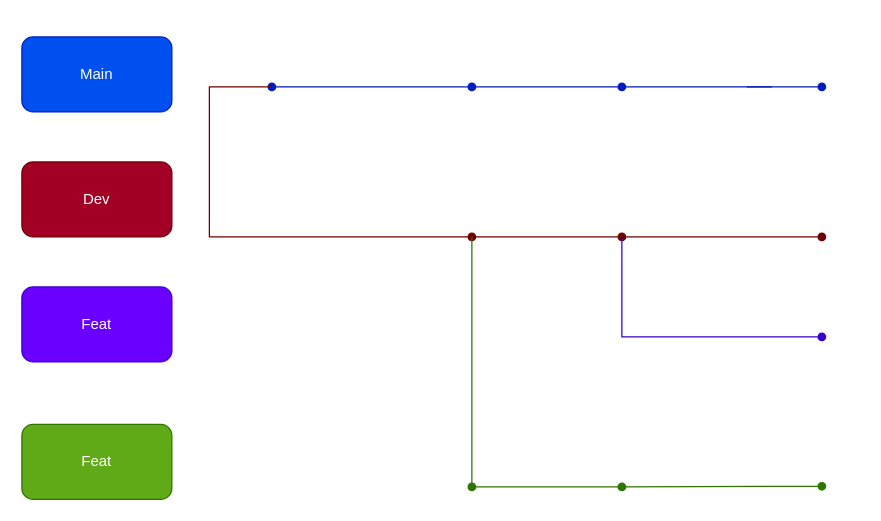
The draw.io diagram page "github workflows" (7 of 9) of Diagramme sans nom.drawio in Ali0908/BDD_UML, before the edit. Source tidied: cells renumbered, new cells numbered last; positions are measured from the earlier drawing's top-left corner, leaving out a move shared by most shapes. Both pictures are drawn from the tidied source at 125%, with x=0, y=0 at pixel (21, 36).
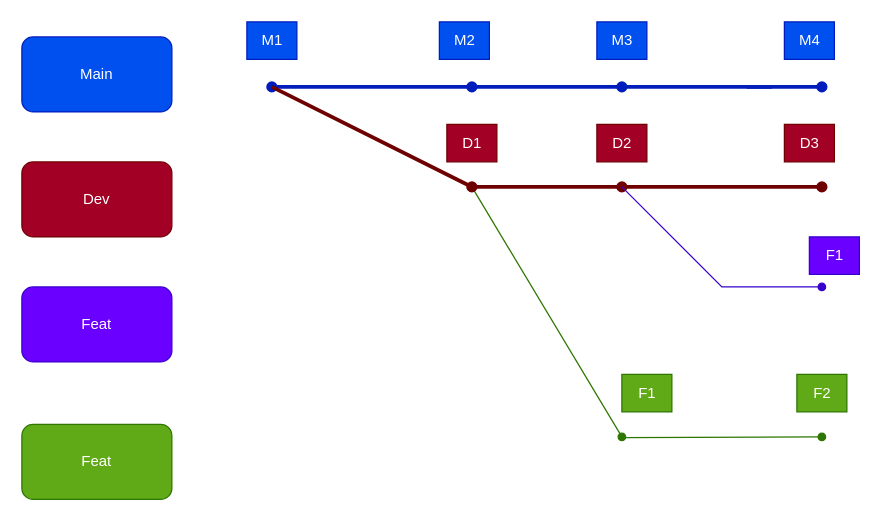
Above is the later version.

Commit message:
MAJ Workflow

What changed in the source:
```diff
@@
-    <mxCell id="6" style="endArrow=none;html=1;rounded=0;align=center;verticalAlign=top;endFill=0;labelBackgroundColor=none;endSize=6;startArrow=oval;startFill=1;fillColor=#0050ef;strokeColor=#001DBC;" parent="1" edge="1">
+    <mxCell id="6" style="endArrow=none;html=1;rounded=0;align=center;verticalAlign=top;endFill=0;labelBackgroundColor=none;endSize=6;startArrow=oval;startFill=1;fillColor=#0050ef;strokeColor=#001DBC;strokeWidth=3;" parent="1" edge="1">
       <mxGeometry relative="1" as="geometry">
         <mxPoint x="200" y="40" as="sourcePoint" />
         <mxPoint x="360" y="40" as="targetPoint" />
       </mxGeometry>
     </mxCell>
-    <mxCell id="7" style="endArrow=none;html=1;rounded=0;align=center;verticalAlign=top;endFill=0;labelBackgroundColor=none;endSize=6;startArrow=oval;startFill=1;fillColor=#0050ef;strokeColor=#001DBC;" parent="1" edge="1">
+    <mxCell id="7" style="endArrow=none;html=1;rounded=0;align=center;verticalAlign=top;endFill=0;labelBackgroundColor=none;endSize=6;startArrow=oval;startFill=1;fillColor=#0050ef;strokeColor=#001DBC;strokeWidth=3;" parent="1" edge="1">
       <mxGeometry relative="1" as="geometry">
         <mxPoint x="360" y="40" as="sourcePoint" />
         <mxPoint x="480" y="40" as="targetPoint" />
       </mxGeometry>
     </mxCell>
-    <mxCell id="8" style="endArrow=none;html=1;rounded=0;align=center;verticalAlign=top;endFill=0;labelBackgroundColor=none;endSize=6;startArrow=oval;startFill=1;fillColor=#a20025;strokeColor=#6F0000;" parent="1" edge="1">
-      <mxGeometry relative="1" as="geometry">
-        <mxPoint x="360" y="160" as="sourcePoint" />
-        <mxPoint x="200" y="40" as="targetPoint" />
-        <Array as="points">
-          <mxPoint x="150" y="160" />
-          <mxPoint x="150" y="40" />
-        </Array>
-      </mxGeometry>
-    </mxCell>
-    <mxCell id="9" style="endArrow=none;html=1;rounded=0;align=center;verticalAlign=top;endFill=0;labelBackgroundColor=none;endSize=6;startArrow=oval;startFill=1;fillColor=#a20025;strokeColor=#6F0000;" parent="1" edge="1">
+    <mxCell id="9" style="endArrow=none;html=1;rounded=0;align=center;verticalAlign=top;endFill=0;labelBackgroundColor=none;endSize=6;startArrow=oval;startFill=1;fillColor=#a20025;strokeColor=#6F0000;strokeWidth=3;" parent="1" edge="1">
       <mxGeometry relative="1" as="geometry">
-        <mxPoint x="480" y="160" as="sourcePoint" />
-        <mxPoint x="360" y="160" as="targetPoint" />
+        <mxPoint x="480" y="120" as="sourcePoint" />
+        <mxPoint x="360" y="120" as="targetPoint" />
       </mxGeometry>
     </mxCell>
-    <mxCell id="10" style="endArrow=none;html=1;rounded=0;align=center;verticalAlign=top;endFill=0;labelBackgroundColor=none;endSize=6;startArrow=oval;startFill=1;fillColor=#a20025;strokeColor=#6F0000;" parent="1" edge="1">
+    <mxCell id="10" style="endArrow=none;html=1;rounded=0;align=center;verticalAlign=top;endFill=0;labelBackgroundColor=none;endSize=6;startArrow=oval;startFill=1;fillColor=#a20025;strokeColor=#6F0000;strokeWidth=3;" parent="1" edge="1">
       <mxGeometry relative="1" as="geometry">
-        <mxPoint x="640" y="160" as="sourcePoint" />
-        <mxPoint x="480" y="160" as="targetPoint" />
+        <mxPoint x="640" y="120" as="sourcePoint" />
+        <mxPoint x="480" y="120" as="targetPoint" />
       </mxGeometry>
     </mxCell>
-    <mxCell id="11" style="endArrow=none;html=1;rounded=0;align=center;verticalAlign=top;endFill=0;labelBackgroundColor=none;endSize=6;startArrow=oval;startFill=1;fillColor=#0050ef;strokeColor=#001DBC;" parent="1" edge="1">
+    <mxCell id="11" style="endArrow=none;html=1;rounded=0;align=center;verticalAlign=top;endFill=0;labelBackgroundColor=none;endSize=6;startArrow=oval;startFill=1;fillColor=#0050ef;strokeColor=#001DBC;strokeWidth=3;" parent="1" edge="1">
       <mxGeometry relative="1" as="geometry">
         <mxPoint x="480" y="40" as="sourcePoint" />
         <mxPoint x="600" y="40" as="targetPoint" />
       </mxGeometry>
     </mxCell>
-    <mxCell id="12" style="endArrow=none;html=1;rounded=0;align=center;verticalAlign=top;endFill=0;labelBackgroundColor=none;endSize=6;startArrow=oval;startFill=1;fillColor=#0050ef;strokeColor=#001DBC;" parent="1" edge="1">
+    <mxCell id="12" style="endArrow=none;html=1;rounded=0;align=center;verticalAlign=top;endFill=0;labelBackgroundColor=none;endSize=6;startArrow=oval;startFill=1;fillColor=#0050ef;strokeColor=#001DBC;strokeWidth=3;" parent="1" edge="1">
       <mxGeometry relative="1" as="geometry">
         <mxPoint x="640" y="40" as="sourcePoint" />
         <mxPoint x="580" y="40" as="targetPoint" />
       </mxGeometry>
     </mxCell>
-    <mxCell id="13" style="endArrow=none;html=1;rounded=0;align=center;verticalAlign=top;endFill=0;labelBackgroundColor=none;endSize=6;startArrow=oval;startFill=1;fillColor=#60a917;strokeColor=#2D7600;" parent="1" edge="1">
-      <mxGeometry relative="1" as="geometry">
-        <mxPoint x="360" y="360" as="sourcePoint" />
-        <mxPoint x="360" y="160" as="targetPoint" />
-      </mxGeometry>
-    </mxCell>
@@
     <mxCell id="15" style="endArrow=none;html=1;rounded=0;align=center;verticalAlign=top;endFill=0;labelBackgroundColor=none;endSize=6;startArrow=oval;startFill=1;fillColor=#6a00ff;strokeColor=#3700CC;" parent="1" edge="1">
       <mxGeometry relative="1" as="geometry">
-        <mxPoint x="640" y="240" as="sourcePoint" />
-        <mxPoint x="480" y="160" as="targetPoint" />
+        <mxPoint x="640" y="200" as="sourcePoint" />
+        <mxPoint x="480" y="120" as="targetPoint" />
         <Array as="points">
-          <mxPoint x="480" y="240" />
+          <mxPoint x="560" y="200" />
         </Array>
       </mxGeometry>
     </mxCell>
     <mxCell id="16" style="endArrow=none;html=1;rounded=0;align=center;verticalAlign=top;endFill=0;labelBackgroundColor=none;endSize=6;startArrow=oval;startFill=1;fillColor=#60a917;strokeColor=#2D7600;" parent="1" edge="1">
       <mxGeometry relative="1" as="geometry">
-        <mxPoint x="480" y="360" as="sourcePoint" />
-        <mxPoint x="360" y="360" as="targetPoint" />
+        <mxPoint x="480" y="320" as="sourcePoint" />
+        <mxPoint x="360" y="120" as="targetPoint" />
       </mxGeometry>
     </mxCell>
     <mxCell id="17" style="endArrow=none;html=1;rounded=0;align=center;verticalAlign=top;endFill=0;labelBackgroundColor=none;endSize=6;startArrow=oval;startFill=1;fillColor=#60a917;strokeColor=#2D7600;" parent="1" edge="1">
       <mxGeometry relative="1" as="geometry">
-        <mxPoint x="640" y="359.5" as="sourcePoint" />
-        <mxPoint x="480" y="360" as="targetPoint" />
+        <mxPoint x="640" y="320" as="sourcePoint" />
+        <mxPoint x="480" y="320.5" as="targetPoint" />
       </mxGeometry>
     </mxCell>
+    <mxCell id="18" style="endArrow=none;html=1;rounded=0;align=center;verticalAlign=top;endFill=0;labelBackgroundColor=none;endSize=6;startArrow=oval;startFill=1;fillColor=#a20025;strokeColor=#6F0000;strokeWidth=3;" parent="1" edge="1">
+      <mxGeometry relative="1" as="geometry">
+        <mxPoint x="360" y="120" as="sourcePoint" />
+        <mxPoint x="200" y="40" as="targetPoint" />
+      </mxGeometry>
+    </mxCell>
+    <mxCell id="19" value="M1" style="text;html=1;align=center;verticalAlign=middle;strokeColor=#001DBC;fillColor=#0050ef;fontColor=#ffffff;" parent="1" vertex="1">
+      <mxGeometry x="180" y="-12" width="40" height="30" as="geometry" />
+    </mxCell>
+    <mxCell id="20" value="M2" style="text;html=1;align=center;verticalAlign=middle;strokeColor=#001DBC;fillColor=#0050ef;fontColor=#ffffff;" parent="1" vertex="1">
+      <mxGeometry x="334" y="-12" width="40" height="30" as="geometry" />
+    </mxCell>
+    <mxCell id="21" value="M3" style="text;html=1;align=center;verticalAlign=middle;strokeColor=#001DBC;fillColor=#0050ef;fontColor=#ffffff;" parent="1" vertex="1">
+      <mxGeometry x="460" y="-12" width="40" height="30" as="geometry" />
+    </mxCell>
+    <mxCell id="22" value="M4" style="text;html=1;align=center;verticalAlign=middle;strokeColor=#001DBC;fillColor=#0050ef;fontColor=#ffffff;" parent="1" vertex="1">
+      <mxGeometry x="610" y="-12" width="40" height="30" as="geometry" />
+    </mxCell>
+    <mxCell id="23" value="D1" style="text;html=1;align=center;verticalAlign=middle;strokeColor=#6F0000;fillColor=#a20025;fontColor=#ffffff;" parent="1" vertex="1">
+      <mxGeometry x="340" y="70" width="40" height="30" as="geometry" />
+    </mxCell>
+    <mxCell id="24" value="D2" style="text;html=1;align=center;verticalAlign=middle;strokeColor=#6F0000;fillColor=#a20025;fontColor=#ffffff;" parent="1" vertex="1">
+      <mxGeometry x="460" y="70" width="40" height="30" as="geometry" />
+    </mxCell>
+    <mxCell id="25" value="D3" style="text;html=1;align=center;verticalAlign=middle;strokeColor=#6F0000;fillColor=#a20025;fontColor=#ffffff;" parent="1" vertex="1">
+      <mxGeometry x="610" y="70" width="40" height="30" as="geometry" />
+    </mxCell>
+    <mxCell id="26" value="F1" style="text;html=1;align=center;verticalAlign=middle;strokeColor=#3700CC;fillColor=#6a00ff;fontColor=#ffffff;" parent="1" vertex="1">
+      <mxGeometry x="630" y="160" width="40" height="30" as="geometry" />
+    </mxCell>
+    <mxCell id="27" value="F1" style="text;html=1;align=center;verticalAlign=middle;strokeColor=#2D7600;fillColor=#60a917;fontColor=#ffffff;" parent="1" vertex="1">
+      <mxGeometry x="480" y="270" width="40" height="30" as="geometry" />
+    </mxCell>
+    <mxCell id="28" value="F2" style="text;html=1;align=center;verticalAlign=middle;strokeColor=#2D7600;fillColor=#60a917;fontColor=#ffffff;" parent="1" vertex="1">
+      <mxGeometry x="620" y="270" width="40" height="30" as="geometry" />
+    </mxCell>
```
